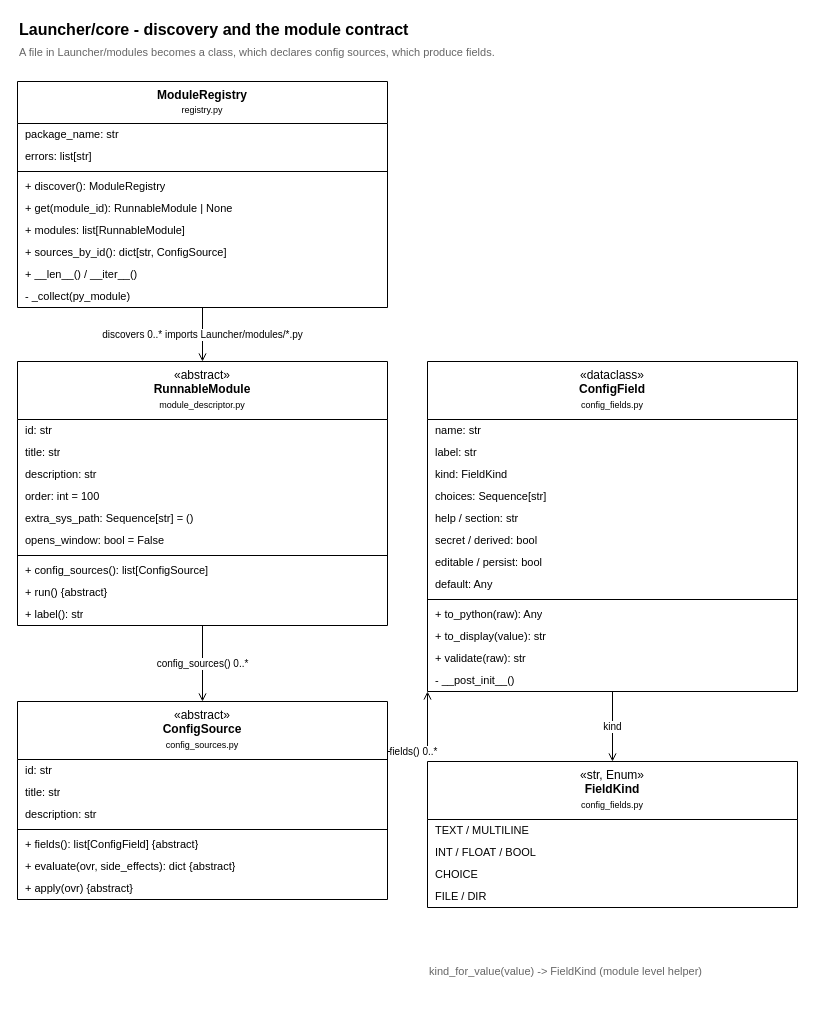
kaw-7/ai-assistant keeps this draw.io diagram as page "1 - Discovery and contract" (1 of 6) of ClassDiagram/LauncherCore.drawio. Above is the earlier version. Source tidied: cells renumbered, new cells numbered last; positions are measured from the earlier drawing's top-left corner, leaving out a move shared by most shapes. Both pictures are drawn from the tidied source at 100%, with x=0, y=0 at pixel (17, 17).
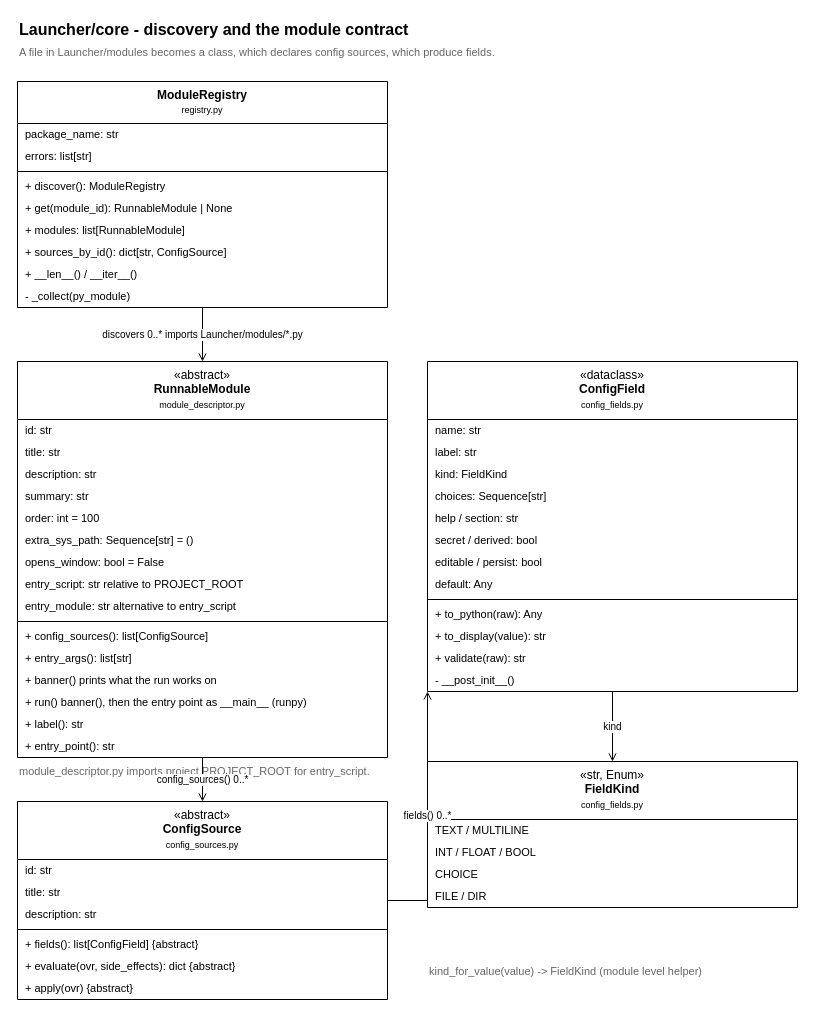
Above is the later version.

The change refers to these unchanged cells:
```xml
<mxCell id="33" value="&amp;laquo;dataclass&amp;raquo;&lt;br&gt;&lt;b&gt;ConfigField&lt;/b&gt;&lt;br&gt;&lt;font style=&quot;font-size:9px&quot;&gt;config_fields.py&lt;/font&gt;" style="swimlane;fontStyle=0;horizontal=1;startSize=58;html=1;whiteSpace=wrap;verticalAlign=top;align=center;strokeWidth=1;" parent="1" vertex="1">
  <mxGeometry x="410" y="344" width="370" height="330" as="geometry" />
</mxCell>
```

The edit, as a diff of the source:
```diff
@@
     <mxCell id="14" value="&amp;laquo;abstract&amp;raquo;&lt;br&gt;&lt;b&gt;RunnableModule&lt;/b&gt;&lt;br&gt;&lt;font style=&quot;font-size:9px&quot;&gt;module_descriptor.py&lt;/font&gt;" style="swimlane;fontStyle=0;horizontal=1;startSize=58;html=1;whiteSpace=wrap;verticalAlign=top;align=center;strokeWidth=1;" parent="1" vertex="1">
-      <mxGeometry y="344" width="370" height="264" as="geometry" />
+      <mxGeometry y="344" width="370" height="396" as="geometry" />
     </mxCell>
@@
-    <mxCell id="18" value="order: int = 100" style="text;strokeColor=none;fillColor=none;align=left;verticalAlign=middle;spacingLeft=6;spacingRight=6;overflow=hidden;whiteSpace=wrap;html=1;fontSize=11;" parent="14" vertex="1">
+    <mxCell id="18" value="summary: str" style="text;strokeColor=none;fillColor=none;align=left;verticalAlign=middle;spacingLeft=6;spacingRight=6;overflow=hidden;whiteSpace=wrap;html=1;fontSize=11;" parent="14" vertex="1">
       <mxGeometry y="124" width="370" height="22" as="geometry" />
     </mxCell>
-    <mxCell id="19" value="extra_sys_path: Sequence[str] = ()" style="text;strokeColor=none;fillColor=none;align=left;verticalAlign=middle;spacingLeft=6;spacingRight=6;overflow=hidden;whiteSpace=wrap;html=1;fontSize=11;" parent="14" vertex="1">
+    <mxCell id="19" value="order: int = 100" style="text;strokeColor=none;fillColor=none;align=left;verticalAlign=middle;spacingLeft=6;spacingRight=6;overflow=hidden;whiteSpace=wrap;html=1;fontSize=11;" parent="14" vertex="1">
       <mxGeometry y="146" width="370" height="22" as="geometry" />
     </mxCell>
-    <mxCell id="20" value="opens_window: bool = False" style="text;strokeColor=none;fillColor=none;align=left;verticalAlign=middle;spacingLeft=6;spacingRight=6;overflow=hidden;whiteSpace=wrap;html=1;fontSize=11;" parent="14" vertex="1">
+    <mxCell id="20" value="extra_sys_path: Sequence[str] = ()" style="text;strokeColor=none;fillColor=none;align=left;verticalAlign=middle;spacingLeft=6;spacingRight=6;overflow=hidden;whiteSpace=wrap;html=1;fontSize=11;" parent="14" vertex="1">
       <mxGeometry y="168" width="370" height="22" as="geometry" />
     </mxCell>
+    <mxCell id="57" value="opens_window: bool = False" style="text;strokeColor=none;fillColor=none;align=left;verticalAlign=middle;spacingLeft=6;spacingRight=6;overflow=hidden;whiteSpace=wrap;html=1;fontSize=11;" parent="14" vertex="1">
+      <mxGeometry y="190" width="370" height="22" as="geometry" />
+    </mxCell>
+    <mxCell id="58" value="entry_script: str   relative to PROJECT_ROOT" style="text;strokeColor=none;fillColor=none;align=left;verticalAlign=middle;spacingLeft=6;spacingRight=6;overflow=hidden;whiteSpace=wrap;html=1;fontSize=11;" parent="14" vertex="1">
+      <mxGeometry y="212" width="370" height="22" as="geometry" />
+    </mxCell>
+    <mxCell id="59" value="entry_module: str   alternative to entry_script" style="text;strokeColor=none;fillColor=none;align=left;verticalAlign=middle;spacingLeft=6;spacingRight=6;overflow=hidden;whiteSpace=wrap;html=1;fontSize=11;" parent="14" vertex="1">
+      <mxGeometry y="234" width="370" height="22" as="geometry" />
+    </mxCell>
     <mxCell id="21" style="line;strokeWidth=1;fillColor=none;align=left;verticalAlign=middle;spacingTop=-1;spacingLeft=3;spacingRight=3;labelPosition=right;strokeColor=inherit;" parent="14" vertex="1">
-      <mxGeometry y="190" width="370" height="8" as="geometry" />
+      <mxGeometry y="256" width="370" height="8" as="geometry" />
     </mxCell>
     <mxCell id="22" value="+ config_sources(): list[ConfigSource]" style="text;strokeColor=none;fillColor=none;align=left;verticalAlign=middle;spacingLeft=6;spacingRight=6;overflow=hidden;whiteSpace=wrap;html=1;fontSize=11;" parent="14" vertex="1">
-      <mxGeometry y="198" width="370" height="22" as="geometry" />
+      <mxGeometry y="264" width="370" height="22" as="geometry" />
     </mxCell>
-    <mxCell id="23" value="+ run()  {abstract}" style="text;strokeColor=none;fillColor=none;align=left;verticalAlign=middle;spacingLeft=6;spacingRight=6;overflow=hidden;whiteSpace=wrap;html=1;fontSize=11;" parent="14" vertex="1">
-      <mxGeometry y="220" width="370" height="22" as="geometry" />
+    <mxCell id="23" value="+ entry_args(): list[str]" style="text;strokeColor=none;fillColor=none;align=left;verticalAlign=middle;spacingLeft=6;spacingRight=6;overflow=hidden;whiteSpace=wrap;html=1;fontSize=11;" parent="14" vertex="1">
+      <mxGeometry y="286" width="370" height="22" as="geometry" />
     </mxCell>
-    <mxCell id="24" value="+ label(): str" style="text;strokeColor=none;fillColor=none;align=left;verticalAlign=middle;spacingLeft=6;spacingRight=6;overflow=hidden;whiteSpace=wrap;html=1;fontSize=11;" parent="14" vertex="1">
-      <mxGeometry y="242" width="370" height="22" as="geometry" />
+    <mxCell id="24" value="+ banner()   prints what the run works on" style="text;strokeColor=none;fillColor=none;align=left;verticalAlign=middle;spacingLeft=6;spacingRight=6;overflow=hidden;whiteSpace=wrap;html=1;fontSize=11;" parent="14" vertex="1">
+      <mxGeometry y="308" width="370" height="22" as="geometry" />
     </mxCell>
+    <mxCell id="60" value="+ run()   banner(), then the entry point as __main__ (runpy)" style="text;strokeColor=none;fillColor=none;align=left;verticalAlign=middle;spacingLeft=6;spacingRight=6;overflow=hidden;whiteSpace=wrap;html=1;fontSize=11;" parent="14" vertex="1">
+      <mxGeometry y="330" width="370" height="22" as="geometry" />
+    </mxCell>
+    <mxCell id="61" value="+ label(): str" style="text;strokeColor=none;fillColor=none;align=left;verticalAlign=middle;spacingLeft=6;spacingRight=6;overflow=hidden;whiteSpace=wrap;html=1;fontSize=11;" parent="14" vertex="1">
+      <mxGeometry y="352" width="370" height="22" as="geometry" />
+    </mxCell>
+    <mxCell id="62" value="+ entry_point(): str" style="text;strokeColor=none;fillColor=none;align=left;verticalAlign=middle;spacingLeft=6;spacingRight=6;overflow=hidden;whiteSpace=wrap;html=1;fontSize=11;" parent="14" vertex="1">
+      <mxGeometry y="374" width="370" height="22" as="geometry" />
+    </mxCell>
+    <mxCell id="63" value="module_descriptor.py imports project.PROJECT_ROOT for entry_script." style="text;html=1;strokeColor=none;fillColor=none;align=left;verticalAlign=middle;fontSize=11;fontColor=#666666;" parent="1" vertex="1">
+      <mxGeometry y="744" width="370" height="20" as="geometry" />
+    </mxCell>
     <mxCell id="25" value="&amp;laquo;abstract&amp;raquo;&lt;br&gt;&lt;b&gt;ConfigSource&lt;/b&gt;&lt;br&gt;&lt;font style=&quot;font-size:9px&quot;&gt;config_sources.py&lt;/font&gt;" style="swimlane;fontStyle=0;horizontal=1;startSize=58;html=1;whiteSpace=wrap;verticalAlign=top;align=center;strokeWidth=1;" parent="1" vertex="1">
-      <mxGeometry y="684" width="370" height="198" as="geometry" />
+      <mxGeometry y="784" width="370" height="198" as="geometry" />
     </mxCell>
@@
     <mxCell id="55" value="fields() 0..*" style="edgeStyle=orthogonalEdgeStyle;rounded=0;html=1;endArrow=open;endFill=0;strokeWidth=1;fontSize=10;exitX=1;exitY=0.5;exitDx=0;exitDy=0;entryX=0;entryY=1;entryDx=0;entryDy=0;" parent="1" edge="1" source="25" target="33">
-      <mxGeometry relative="1" as="geometry">
-        <Array as="points">
-          <mxPoint x="370" y="734" />
-          <mxPoint x="410" y="734" />
-        </Array>
-      </mxGeometry>
+      <mxGeometry relative="1" as="geometry" />
     </mxCell>
```
